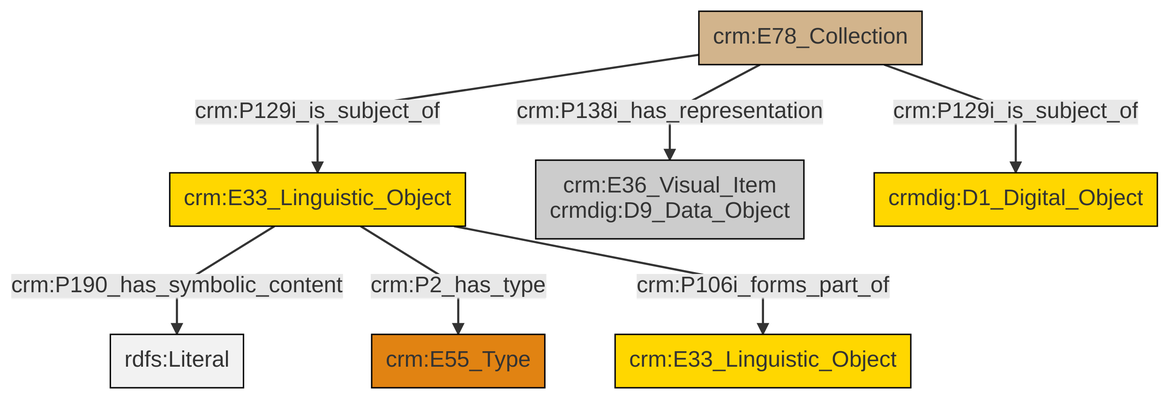
swiss-art-research-net/docs.swissartresearch keeps this Mermaid diagram as et/archivalCSV/ttl/mmd/png/archival_docs.png. Above is the earlier version. Its source is kept beside it as et/archivalCSV/ttl/mmd/archival_docs.ttl.mmd.
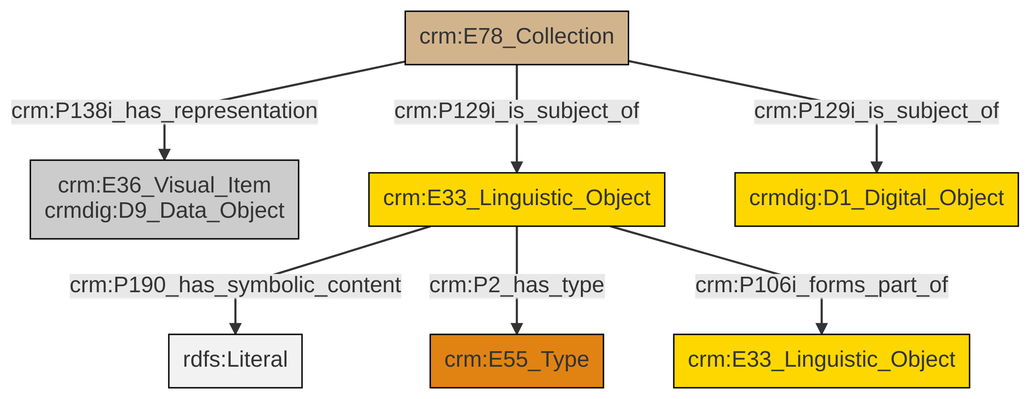
The same file after the commit.

Change to the diagram source:
```diff
@@ -13,9 +13,9 @@
 classDef PC_Classes fill:#4ce600, stroke:#000000;
 classDef Multi fill:#cccccc,stroke:#000000;
 
-0["crm:E33_Linguistic_Object"]:::Conceptual_Object -->|crm:P190_has_symbolic_content| 1[rdfs:Literal]:::Literal
-0["crm:E33_Linguistic_Object"]:::Conceptual_Object -->|crm:P2_has_type| 2["crm:E55_Type"]:::Type
-0["crm:E33_Linguistic_Object"]:::Conceptual_Object -->|crm:P106i_forms_part_of| 8["crm:E33_Linguistic_Object"]:::Conceptual_Object
-3["crm:E78_Collection"]:::Physical_Thing -->|crm:P129i_is_subject_of| 11["crmdig:D1_Digital_Object"]:::Conceptual_Object
-3["crm:E78_Collection"]:::Physical_Thing -->|crm:P129i_is_subject_of| 0["crm:E33_Linguistic_Object"]:::Conceptual_Object
-3["crm:E78_Collection"]:::Physical_Thing -->|crm:P138i_has_representation| 5["crm:E36_Visual_Item<br>crmdig:D9_Data_Object"]:::Multi
+5["crm:E33_Linguistic_Object"]:::Conceptual_Object -->|crm:P190_has_symbolic_content| 6[rdfs:Literal]:::Literal
+5["crm:E33_Linguistic_Object"]:::Conceptual_Object -->|crm:P2_has_type| 3["crm:E55_Type"]:::Type
+9["crm:E78_Collection"]:::Physical_Thing -->|crm:P129i_is_subject_of| 5["crm:E33_Linguistic_Object"]:::Conceptual_Object
+9["crm:E78_Collection"]:::Physical_Thing -->|crm:P138i_has_representation| 0["crm:E36_Visual_Item<br>crmdig:D9_Data_Object"]:::Multi
+5["crm:E33_Linguistic_Object"]:::Conceptual_Object -->|crm:P106i_forms_part_of| 7["crm:E33_Linguistic_Object"]:::Conceptual_Object
+9["crm:E78_Collection"]:::Physical_Thing -->|crm:P129i_is_subject_of| 10["crmdig:D1_Digital_Object"]:::Conceptual_Object
```
